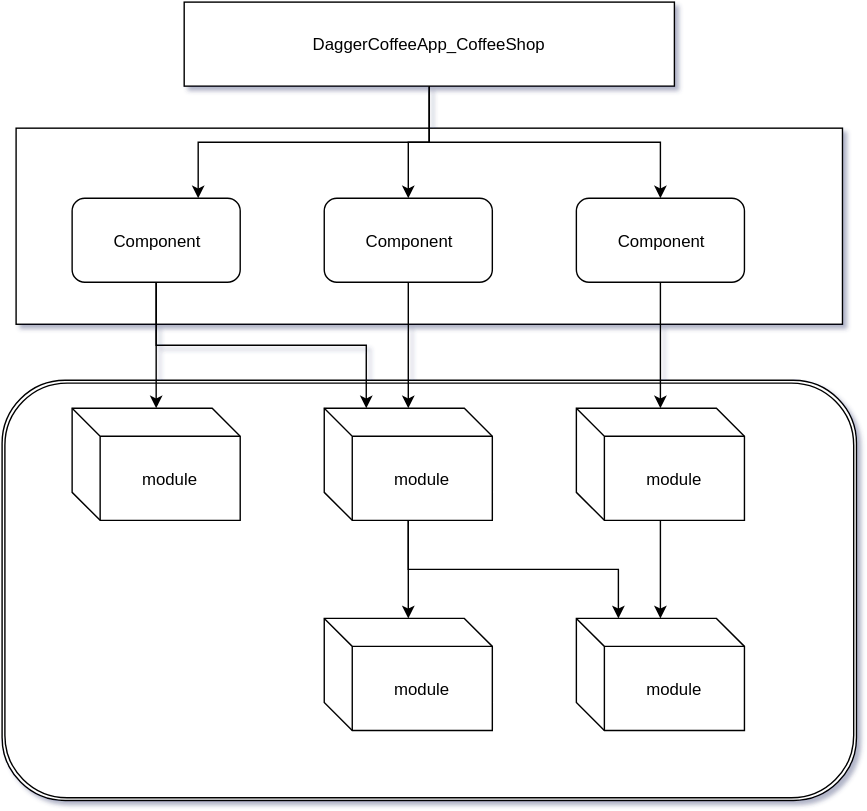
Above: doc/dagger调用层次.svg in Ryan-Miao/l4dagger2 (draw.io), before the change. Source tidied: cells renumbered, new cells last; positions are measured from the earlier drawing's top-left corner, leaving out a move shared by most shapes.
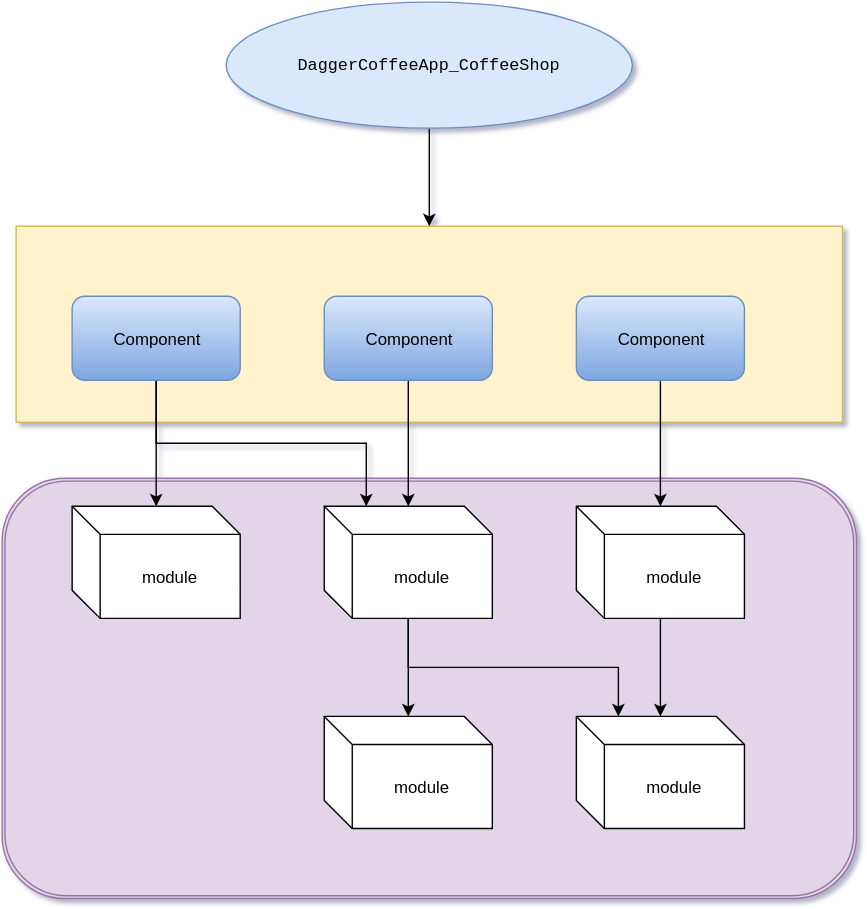
The same file after the commit.

Commit message:
已添加 dagger调用层次.svg

Change to the diagram source:
```diff
@@ -2,24 +2,12 @@
   <root>
     <mxCell id="0" />
     <mxCell id="1" parent="0" />
-    <mxCell id="2" style="shape=ext;double=1;rounded=1;whiteSpace=wrap;html=1;" parent="1" vertex="1">
+    <mxCell id="2" style="shape=ext;double=1;rounded=1;whiteSpace=wrap;html=1;fillColor=#e1d5e7;strokeColor=#9673a6;" parent="1" vertex="1">
       <mxGeometry y="270" width="610" height="300" as="geometry" />
     </mxCell>
-    <mxCell id="3" style="whiteSpace=wrap;html=1;" parent="1" vertex="1">
+    <mxCell id="3" style="whiteSpace=wrap;html=1;fillColor=#fff2cc;strokeColor=#d6b656;" parent="1" vertex="1">
       <mxGeometry x="10" y="90" width="590" height="140" as="geometry" />
     </mxCell>
-    <mxCell id="4" style="edgeStyle=orthogonalEdgeStyle;rounded=0;html=1;exitX=0.5;exitY=1;entryX=0.75;entryY=0;jettySize=auto;" parent="1" edge="1" source="7" target="10">
-      <mxGeometry relative="1" as="geometry" />
-    </mxCell>
-    <mxCell id="5" style="edgeStyle=orthogonalEdgeStyle;rounded=0;html=1;exitX=0.5;exitY=1;jettySize=auto;" parent="1" edge="1" source="7" target="12">
-      <mxGeometry relative="1" as="geometry" />
-    </mxCell>
-    <mxCell id="6" style="edgeStyle=orthogonalEdgeStyle;rounded=0;html=1;exitX=0.5;exitY=1;entryX=0.5;entryY=0;jettySize=auto;" parent="1" edge="1" source="7" target="14">
-      <mxGeometry relative="1" as="geometry" />
-    </mxCell>
-    <mxCell id="7" value="&lt;span&gt;DaggerCoffeeApp_CoffeeShop&lt;/span&gt;" style="rounded=0;whiteSpace=wrap;html=1;" parent="1" vertex="1">
-      <mxGeometry x="130" width="350" height="60" as="geometry" />
-    </mxCell>
     <mxCell id="8" style="edgeStyle=orthogonalEdgeStyle;rounded=0;html=1;exitX=0.5;exitY=1;entryX=0.5;entryY=0;jettySize=auto;" parent="1" edge="1" source="10" target="18">
       <mxGeometry relative="1" as="geometry">
         <Array as="points">
@@ -31,19 +19,19 @@
     <mxCell id="9" style="edgeStyle=orthogonalEdgeStyle;rounded=0;html=1;exitX=0.5;exitY=1;entryX=0.25;entryY=0;jettySize=auto;" parent="1" edge="1" source="10" target="17">
       <mxGeometry relative="1" as="geometry" />
     </mxCell>
-    <mxCell id="10" value="Component" style="rounded=1;whiteSpace=wrap;html=1;" parent="1" vertex="1">
+    <mxCell id="10" value="Component" style="rounded=1;whiteSpace=wrap;html=1;fillColor=#dae8fc;strokeColor=#6c8ebf;gradientColor=#7ea6e0;" parent="1" vertex="1">
       <mxGeometry x="50" y="140" width="120" height="60" as="geometry" />
     </mxCell>
     <mxCell id="11" style="edgeStyle=orthogonalEdgeStyle;rounded=0;html=1;exitX=0.5;exitY=1;entryX=0.5;entryY=0;jettySize=auto;" parent="1" edge="1" source="12" target="17">
       <mxGeometry relative="1" as="geometry" />
     </mxCell>
-    <mxCell id="12" value="Component" style="rounded=1;whiteSpace=wrap;html=1;" parent="1" vertex="1">
+    <mxCell id="12" value="Component" style="rounded=1;whiteSpace=wrap;html=1;fillColor=#dae8fc;strokeColor=#6c8ebf;gradientColor=#7ea6e0;" parent="1" vertex="1">
       <mxGeometry x="230" y="140" width="120" height="60" as="geometry" />
     </mxCell>
     <mxCell id="13" style="edgeStyle=orthogonalEdgeStyle;rounded=0;html=1;exitX=0.5;exitY=1;entryX=0.5;entryY=0;jettySize=auto;" parent="1" edge="1" source="14" target="22">
       <mxGeometry relative="1" as="geometry" />
     </mxCell>
-    <mxCell id="14" value="Component" style="rounded=1;whiteSpace=wrap;html=1;" parent="1" vertex="1">
+    <mxCell id="14" value="Component" style="rounded=1;whiteSpace=wrap;html=1;fillColor=#dae8fc;strokeColor=#6c8ebf;gradientColor=#7ea6e0;" parent="1" vertex="1">
       <mxGeometry x="410" y="140" width="120" height="60" as="geometry" />
     </mxCell>
     <mxCell id="15" style="edgeStyle=orthogonalEdgeStyle;rounded=0;html=1;exitX=0.5;exitY=1;entryX=0.5;entryY=0;jettySize=auto;" parent="1" edge="1" source="17" target="19">
@@ -70,5 +58,11 @@
     <mxCell id="22" value="module" style="shape=cube;whiteSpace=wrap;html=1;boundedLbl=1;" parent="1" vertex="1">
       <mxGeometry x="410" y="290" width="120" height="80" as="geometry" />
     </mxCell>
+    <mxCell id="23" style="edgeStyle=orthogonalEdgeStyle;rounded=0;html=1;exitX=0.5;exitY=1;jettySize=auto;" parent="1" edge="1" source="7" target="3">
+      <mxGeometry relative="1" as="geometry" />
+    </mxCell>
+    <mxCell id="7" value="&lt;pre&gt;DaggerCoffeeApp_CoffeeShop&lt;/pre&gt;" style="ellipse;whiteSpace=wrap;html=1;fillColor=#dae8fc;strokeColor=#6c8ebf;" parent="1" vertex="1">
+      <mxGeometry x="160" y="-70" width="290" height="90" as="geometry" />
+    </mxCell>
   </root>
 </mxGraphModel>
```
